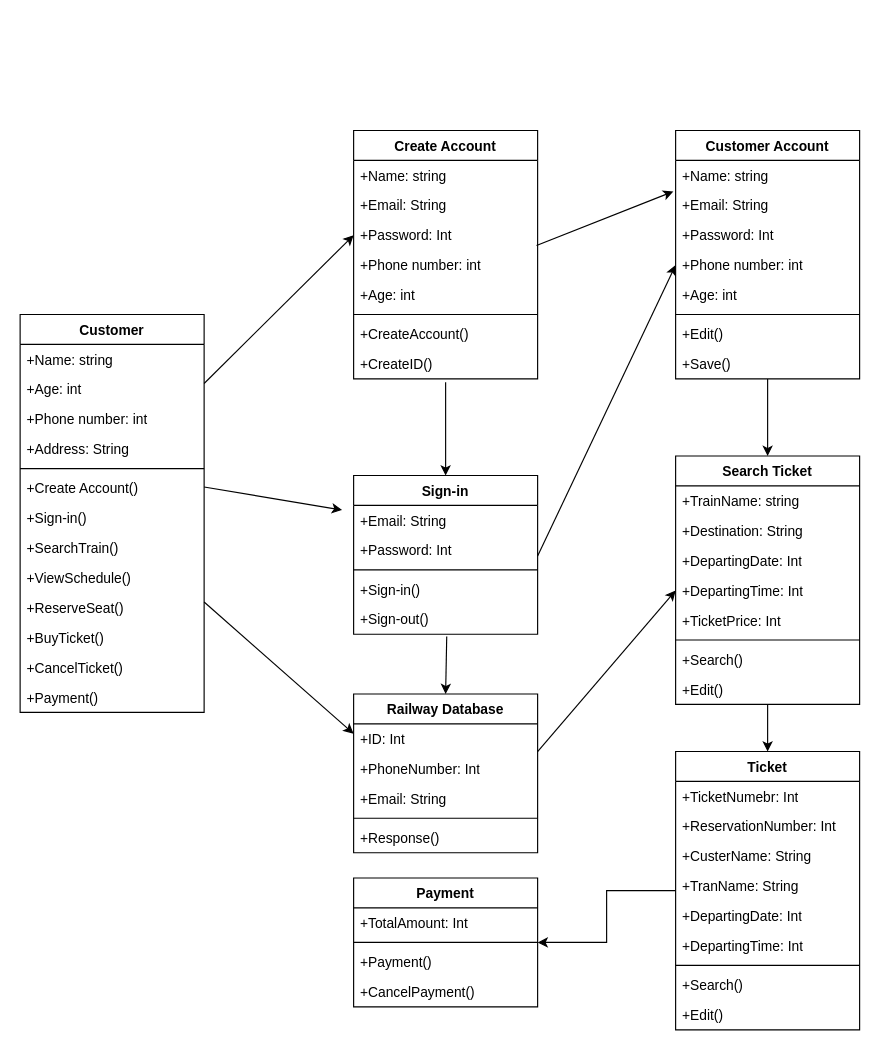
Above: PoS Class Diagram V-2.drawio in Arif-Jewel/Class-Case-Diagram (draw.io), before the change. Source tidied: cells renumbered, new cells numbered last; positions are measured from the earlier drawing's top-left corner, leaving out a move shared by most shapes. Both pictures are drawn from the tidied source at 115%, with x=0, y=0 at pixel (20, 130).
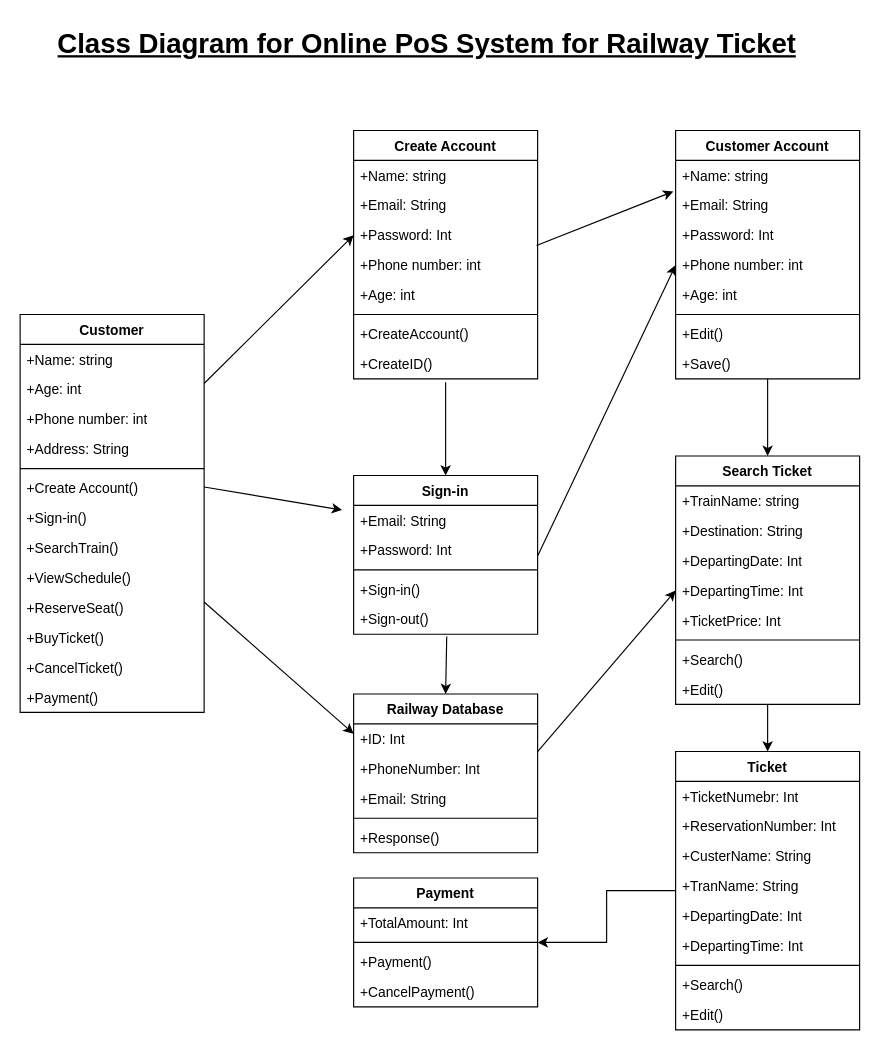
Above is the later version.

Commit message:
Iteration -3 with Heading

What changed in the source:
```diff
@@
+    <mxCell id="81" value="&lt;h1 style=&quot;margin-top: 0px;&quot;&gt;Class Diagram for Online PoS System for Railway Ticket&lt;/h1&gt;" style="text;html=1;whiteSpace=wrap;overflow=hidden;rounded=0;align=center;fontStyle=5;" parent="1" vertex="1">
+      <mxGeometry x="29" y="-96" width="650" height="50" as="geometry" />
+    </mxCell>
```
